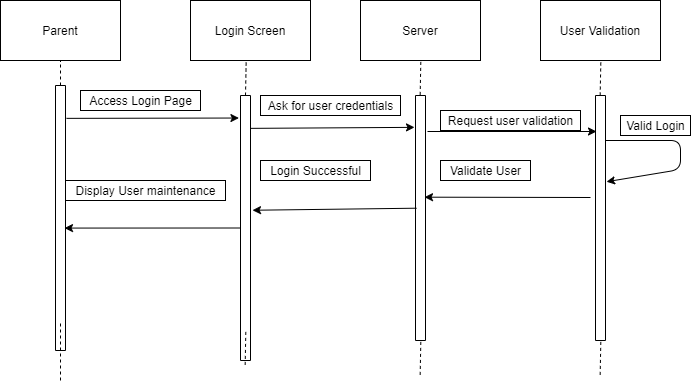
Before: Deliverables/Week_3/Use_Case/Parent/Sequence Diagrams/UserMaintenace.png, a diagram exported from draw.io (Hanandrof/Group-3-Repository). Source tidied: cells renumbered, new cells last; positions are measured from the earlier drawing's top-left corner, leaving out a move shared by most shapes.
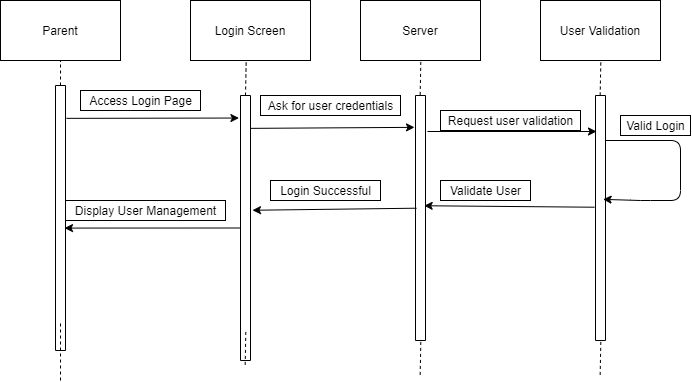
After the commit.

Diff of the diagram source:
```diff
@@ -56,22 +56,21 @@
     <mxCell id="17" value="Request user validation" style="text;html=1;align=center;verticalAlign=middle;strokeColor=#000000;" parent="1" vertex="1">
       <mxGeometry x="440" y="110" width="140" height="20" as="geometry" />
     </mxCell>
-    <mxCell id="18" style="endArrow=classic;html=1;entryX=0.352;entryY=-0.1;entryDx=0;entryDy=0;entryPerimeter=0;" parent="1" edge="1" target="9">
+    <mxCell id="18" style="endArrow=classic;html=1;entryX=0.424;entryY=0.24;entryDx=0;entryDy=0;entryPerimeter=0;" parent="1" edge="1" target="9">
       <mxGeometry relative="1" as="geometry">
         <mxPoint x="605" y="140" as="sourcePoint" />
         <Array as="points">
           <mxPoint x="680" y="140" />
-          <mxPoint x="680" y="169" />
+          <mxPoint x="680" y="200" />
+          <mxPoint x="640" y="200" />
         </Array>
       </mxGeometry>
     </mxCell>
     <mxCell id="19" value="Valid Login" style="text;html=1;align=center;verticalAlign=middle;strokeColor=#000000;" parent="1" vertex="1">
       <mxGeometry x="620" y="115" width="70" height="20" as="geometry" />
     </mxCell>
-    <mxCell id="20" style="endArrow=classic;html=1;entryX=0.415;entryY=0.1;entryDx=0;entryDy=0;entryPerimeter=0;" parent="1" edge="1" target="8">
-      <mxGeometry relative="1" as="geometry">
-        <mxPoint x="590" y="197" as="sourcePoint" />
-      </mxGeometry>
+    <mxCell id="20" style="endArrow=classic;html=1;exitX=0.456;exitY=1.1;exitDx=0;exitDy=0;exitPerimeter=0;entryX=0.45;entryY=0.133;entryDx=0;entryDy=0;entryPerimeter=0;" parent="1" edge="1" source="9" target="8">
+      <mxGeometry relative="1" as="geometry" />
     </mxCell>
     <mxCell id="21" style="endArrow=classic;html=1;exitX=0.46;exitY=0.9;exitDx=0;exitDy=0;exitPerimeter=0;entryX=0.433;entryY=-0.2;entryDx=0;entryDy=0;entryPerimeter=0;" parent="1" edge="1" source="8" target="7">
       <mxGeometry relative="1" as="geometry" />
@@ -80,13 +79,13 @@
       <mxGeometry relative="1" as="geometry" />
     </mxCell>
     <mxCell id="23" value="Login Successful" style="text;html=1;align=center;verticalAlign=middle;strokeColor=#000000;" parent="1" vertex="1">
-      <mxGeometry x="260" y="160" width="110" height="20" as="geometry" />
+      <mxGeometry x="270" y="180" width="110" height="20" as="geometry" />
     </mxCell>
     <mxCell id="24" value="Validate User" style="text;html=1;align=center;verticalAlign=middle;strokeColor=#000000;" parent="1" vertex="1">
-      <mxGeometry x="440" y="160" width="90" height="20" as="geometry" />
+      <mxGeometry x="440" y="180" width="90" height="20" as="geometry" />
     </mxCell>
-    <mxCell id="25" value="Display User maintenance" style="text;html=1;align=center;verticalAlign=middle;strokeColor=#000000;" parent="1" vertex="1">
-      <mxGeometry x="65" y="180" width="160" height="20" as="geometry" />
+    <mxCell id="25" value="Display User Management" style="text;html=1;align=center;verticalAlign=middle;strokeColor=#000000;" parent="1" vertex="1">
+      <mxGeometry x="65" y="200" width="160" height="20" as="geometry" />
     </mxCell>
     <mxCell id="26" style="endArrow=none;dashed=1;html=1;strokeColor=#000000;exitX=0;exitY=0.5;exitDx=0;exitDy=0;entryX=0.464;entryY=1.01;entryDx=0;entryDy=0;entryPerimeter=0;" parent="1" edge="1" source="7" target="4">
       <mxGeometry relative="1" as="geometry" />
```
